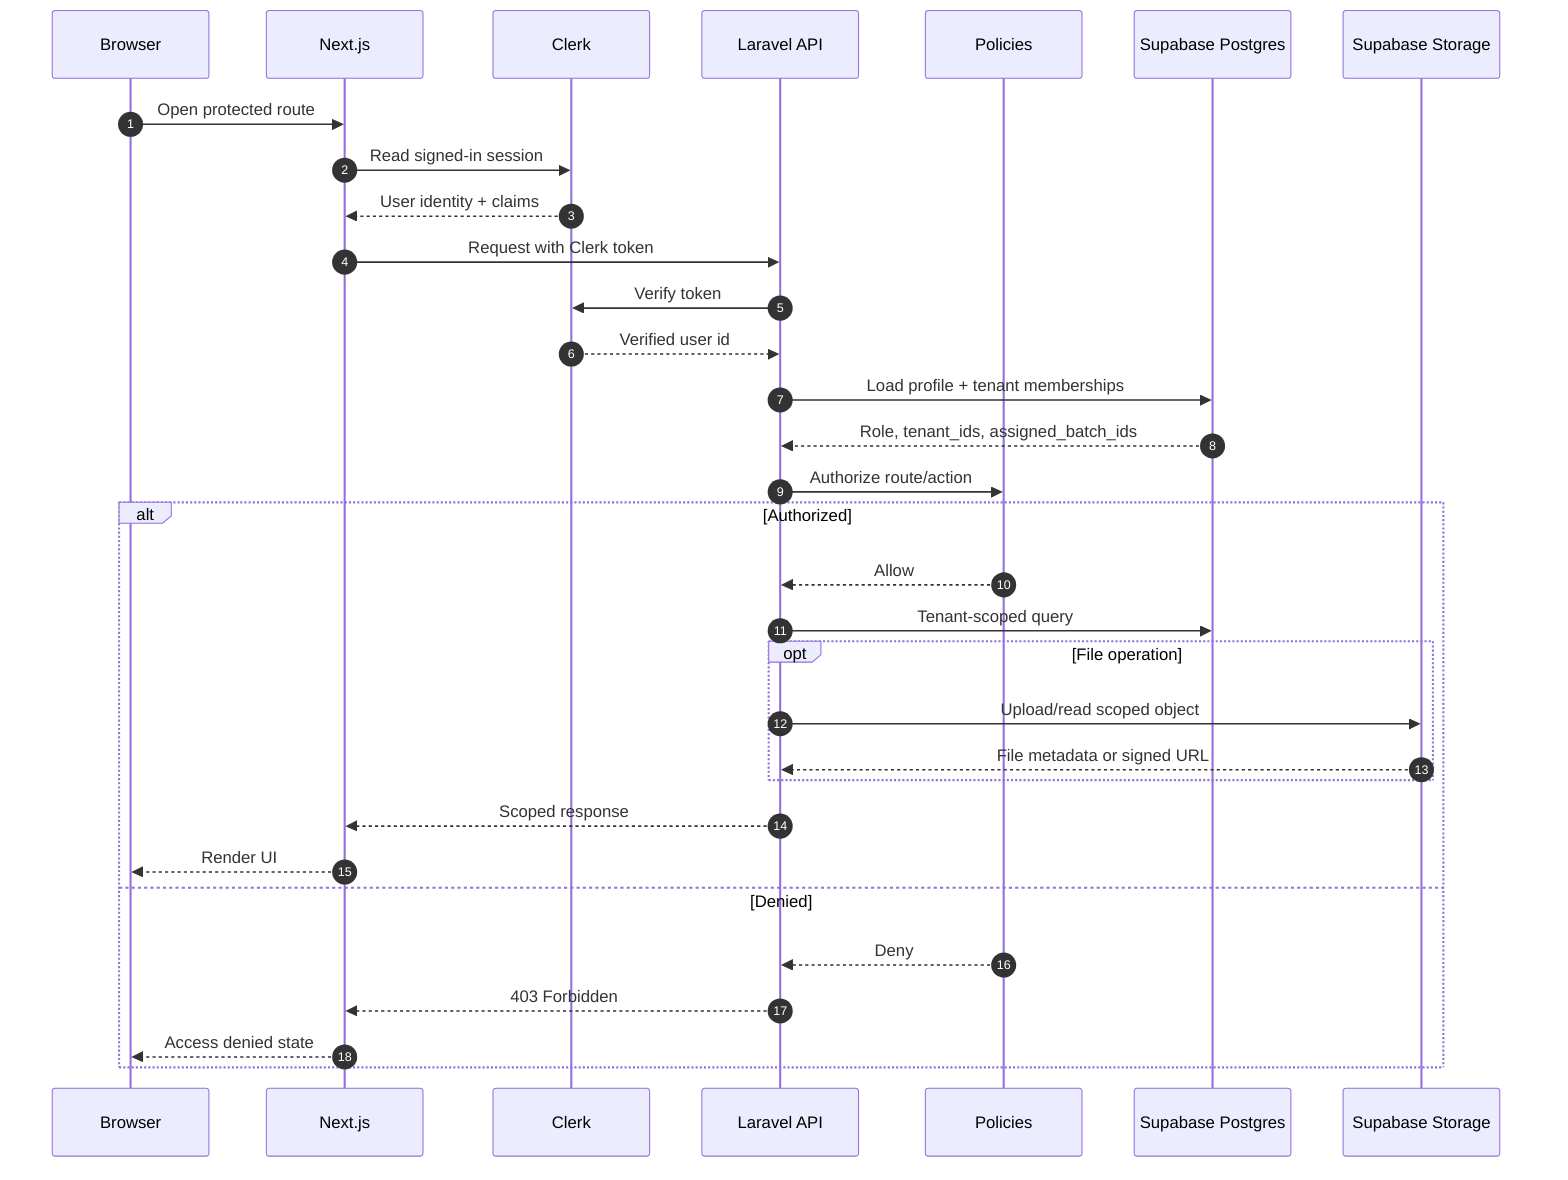
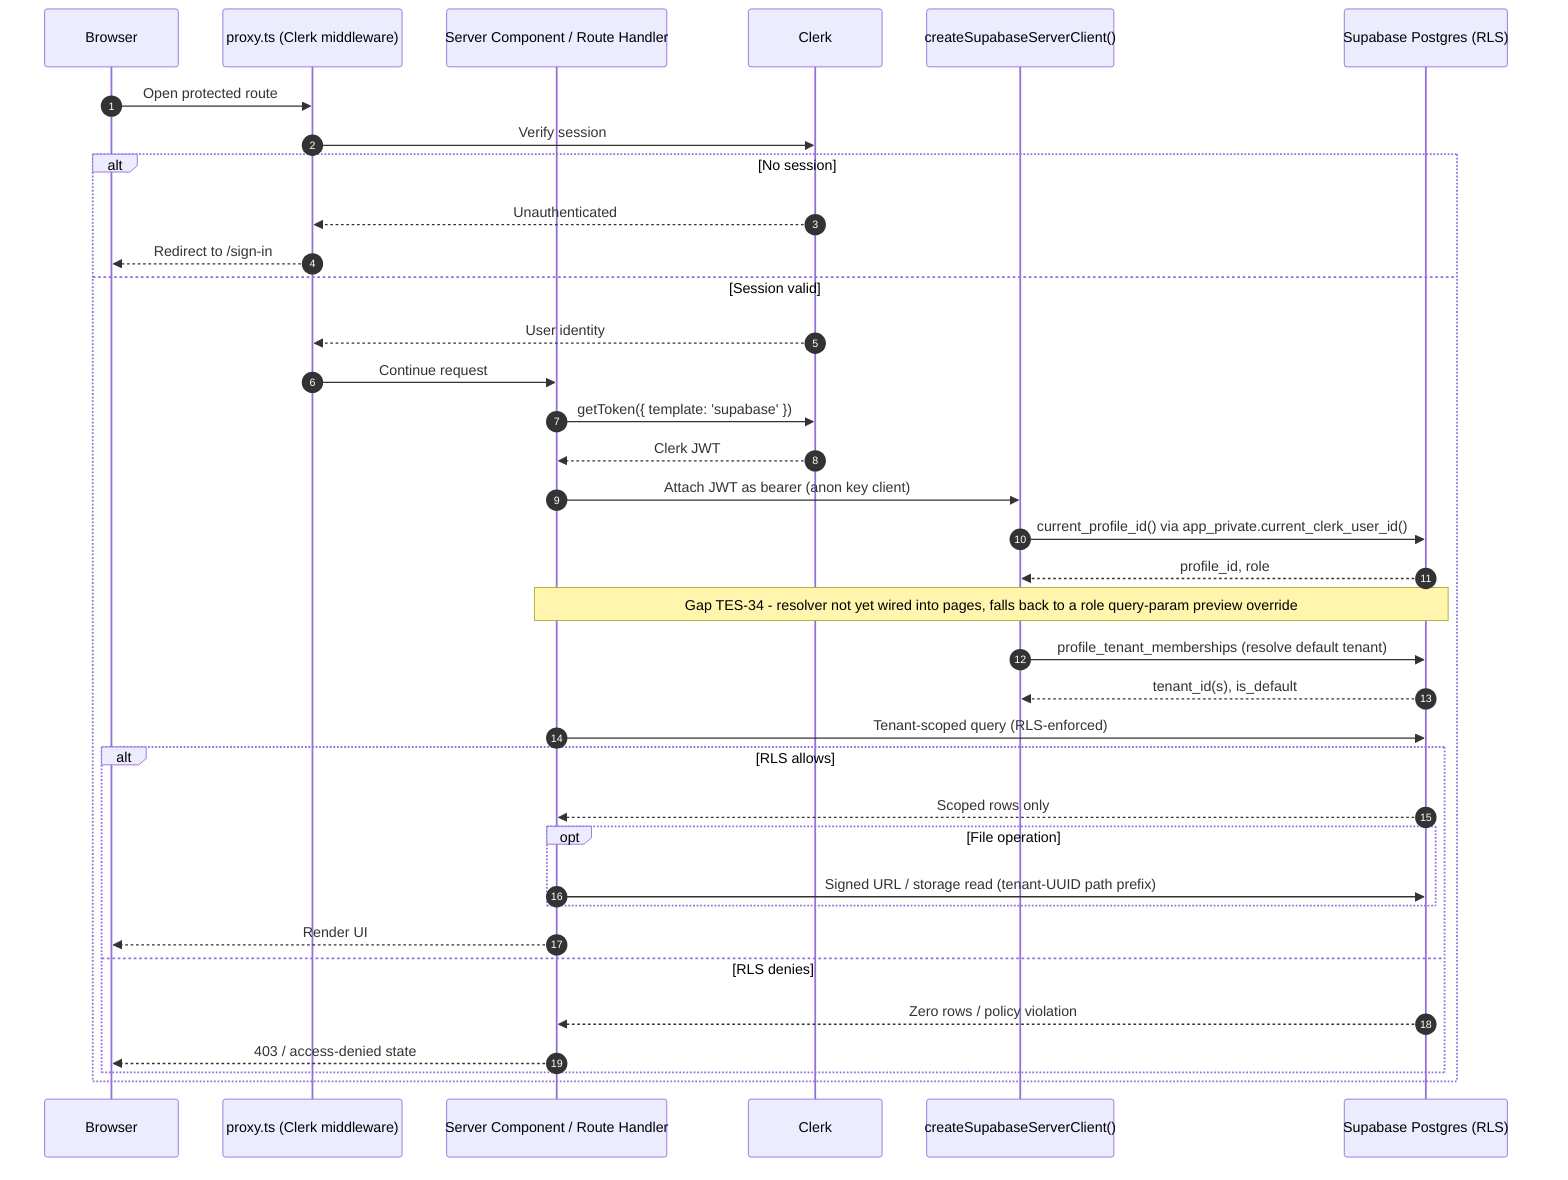
+ %% CURRENT auth flow — matches CLAUDE.md "Auth chain" + TRD §3.5.
+ %% No backend API hop (see System Architecture LR.mmd). Role/tenant resolver
+ %% is TES-34, in progress: today the dashboard falls back to '?role=' preview
+ %% override rather than the Memberships/Resolve steps below.
sequenceDiagram
  autonumber
  participant Browser as Browser
-   participant Next as Next.js
+   participant Proxy as proxy.ts (Clerk middleware)
+   participant Next as Server Component / Route Handler
  participant Clerk as Clerk
-   participant API as Laravel API
-   participant Policy as Policies
-   participant DB as Supabase Postgres
-   participant Storage as Supabase Storage
+   participant Supa as createSupabaseServerClient()
+   participant DB as Supabase Postgres (RLS)

-   Browser->>Next: Open protected route
-   Next->>Clerk: Read signed-in session
-   Clerk-->>Next: User identity + claims
-   Next->>API: Request with Clerk token
-   API->>Clerk: Verify token
-   Clerk-->>API: Verified user id
-   API->>DB: Load profile + tenant memberships
-   DB-->>API: Role, tenant_ids, assigned_batch_ids
-   API->>Policy: Authorize route/action
- 
-   alt Authorized
-     Policy-->>API: Allow
-     API->>DB: Tenant-scoped query
-     opt File operation
-       API->>Storage: Upload/read scoped object
-       Storage-->>API: File metadata or signed URL
+   Browser->>Proxy: Open protected route
+   Proxy->>Clerk: Verify session
+   alt No session
+     Clerk-->>Proxy: Unauthenticated
+     Proxy-->>Browser: Redirect to /sign-in
+   else Session valid
+     Clerk-->>Proxy: User identity
+     Proxy->>Next: Continue request
+     Next->>Clerk: getToken({ template: 'supabase' })
+     Clerk-->>Next: Clerk JWT
+     Next->>Supa: Attach JWT as bearer (anon key client)
+     Supa->>DB: current_profile_id() via app_private.current_clerk_user_id()
+     DB-->>Supa: profile_id, role
+     Note over Next,DB: Gap TES-34 - resolver not yet wired into pages, falls back to a role query-param preview override
+     Supa->>DB: profile_tenant_memberships (resolve default tenant)
+     DB-->>Supa: tenant_id(s), is_default
+     Next->>DB: Tenant-scoped query (RLS-enforced)
+     alt RLS allows
+       DB-->>Next: Scoped rows only
+       opt File operation
+         Next->>DB: Signed URL / storage read (tenant-UUID path prefix)
+       end
+       Next-->>Browser: Render UI
+     else RLS denies
+       DB-->>Next: Zero rows / policy violation
+       Next-->>Browser: 403 / access-denied state
    end
-     API-->>Next: Scoped response
-     Next-->>Browser: Render UI
-   else Denied
-     Policy-->>API: Deny
-     API-->>Next: 403 Forbidden
-     Next-->>Browser: Access denied state
-   end+   end
